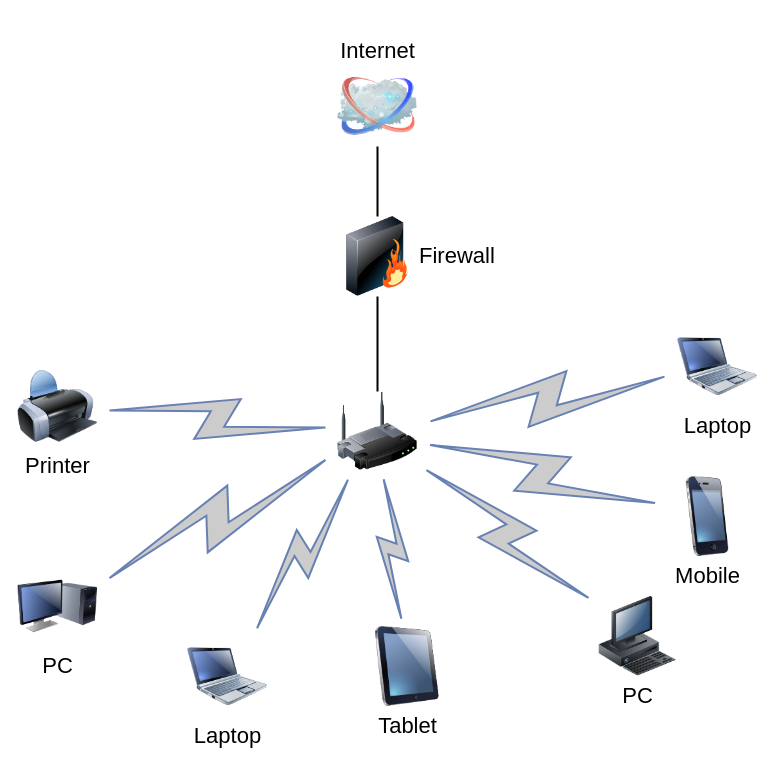
This is Untitled Diagram.drawio from 15Duke99/NetworkSecurity, a draw.io file, before an edit. Source tidied: cells renumbered, new cells numbered last; positions are measured from the earlier drawing's top-left corner, leaving out a move shared by most shapes. Both pictures are drawn from the tidied source at 100%, with x=0, y=0 at pixel (17, 66).
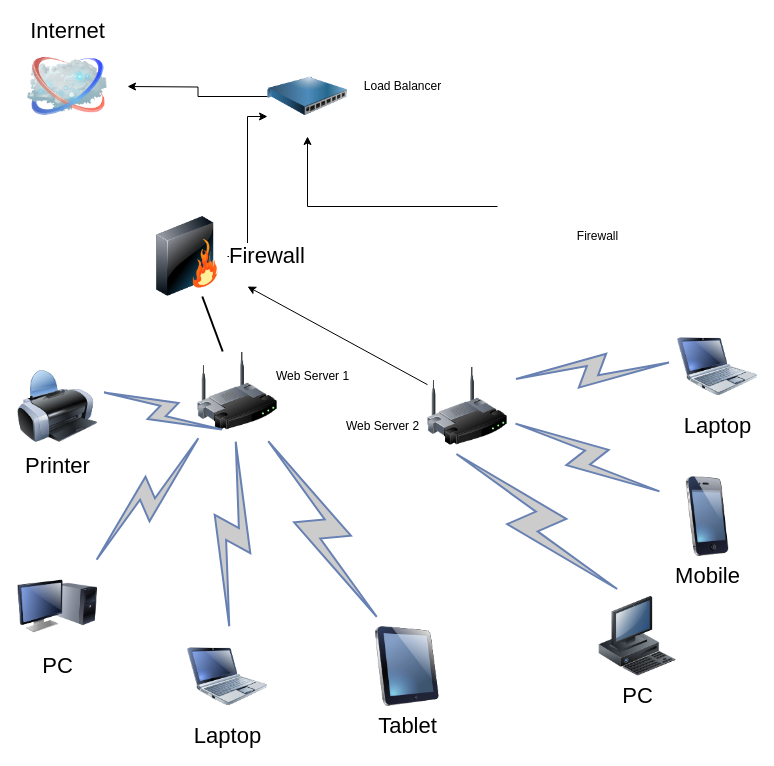
Above is the later version.

Unchanged cells that the change refers to:
```xml
<mxCell id="9" value="Printer" style="image;html=1;labelBackgroundColor=#ffffff;image=img/lib/clip_art/computers/Printer_128x128.png;rounded=1;shadow=0;comic=0;strokeWidth=2;fontSize=22;" parent="1" vertex="1">
  <mxGeometry y="300" width="80" height="80" as="geometry" />
</mxCell>
<mxCell id="10" value="PC" style="image;html=1;labelBackgroundColor=#ffffff;image=img/lib/clip_art/computers/Workstation_128x128.png;rounded=1;shadow=0;comic=0;strokeWidth=2;fontSize=22;" parent="1" vertex="1">
  <mxGeometry x="580" y="530" width="80" height="80" as="geometry" />
</mxCell>
<mxCell id="11" value="Mobile" style="image;html=1;labelBackgroundColor=#ffffff;image=img/lib/clip_art/telecommunication/iPhone_128x128.png;rounded=1;shadow=0;comic=0;strokeWidth=2;fontSize=22;" parent="1" vertex="1">
  <mxGeometry x="650" y="410" width="80" height="80" as="geometry" />
</mxCell>
<mxCell id="12" value="Laptop" style="image;html=1;labelBackgroundColor=#ffffff;image=img/lib/clip_art/computers/Netbook_128x128.png;rounded=1;shadow=0;comic=0;strokeColor=#000000;strokeWidth=2;fillColor=#FFFFFF;fontSize=22;fontColor=#000000;" parent="1" vertex="1">
  <mxGeometry x="660" y="260" width="80" height="80" as="geometry" />
</mxCell>
```

The edit, as a diff of the source:
```diff
@@
     <mxCell id="3" style="image;html=1;labelBackgroundColor=#ffffff;image=img/lib/clip_art/networking/Wireless_Router_128x128.png;rounded=1;shadow=0;comic=0;strokeWidth=2;fontSize=22;" parent="1" vertex="1">
-      <mxGeometry x="320" y="325" width="80" height="80" as="geometry" />
+      <mxGeometry x="180" y="285" width="80" height="80" as="geometry" />
     </mxCell>
     <mxCell id="4" value="Internet" style="image;html=1;labelBackgroundColor=#ffffff;image=img/lib/clip_art/networking/Cloud_128x128.png;rounded=1;shadow=0;comic=0;strokeWidth=2;fontSize=22;labelPosition=center;verticalLabelPosition=top;align=center;verticalAlign=bottom;" parent="1" vertex="1">
-      <mxGeometry x="320" width="80" height="80" as="geometry" />
+      <mxGeometry x="10" y="-20" width="80" height="80" as="geometry" />
     </mxCell>
-    <mxCell id="5" style="edgeStyle=none;rounded=0;html=1;labelBackgroundColor=none;endArrow=none;strokeWidth=2;fontFamily=Verdana;fontSize=22;" parent="1" edge="1" source="6" target="4">
-      <mxGeometry relative="1" as="geometry" />
-    </mxCell>
+    <mxCell id="21" style="edgeStyle=orthogonalEdgeStyle;rounded=0;jettySize=auto;html=1;entryX=0;entryY=0.75;entryDx=0;entryDy=0;" parent="1" edge="1" source="6" target="26">
+      <mxGeometry relative="1" as="geometry" />
+    </mxCell>
     <mxCell id="6" value="Firewall" style="image;html=1;labelBackgroundColor=#ffffff;image=img/lib/clip_art/networking/Firewall_128x128.png;rounded=1;shadow=0;comic=0;strokeWidth=2;fontSize=22;labelPosition=right;verticalLabelPosition=middle;align=left;verticalAlign=middle;" parent="1" vertex="1">
-      <mxGeometry x="320" y="150" width="80" height="80" as="geometry" />
+      <mxGeometry x="130" y="150" width="80" height="80" as="geometry" />
     </mxCell>
@@
     <mxCell id="14" style="html=1;fillColor=#CCCCCC;strokeColor=#6881B3;gradientColor=none;gradientDirection=north;strokeWidth=2;shape=mxgraph.networks.comm_link_edge;html=1;labelBackgroundColor=none;endArrow=none;fontFamily=Verdana;fontSize=22;fontColor=#000000;" parent="1" edge="1" source="9" target="3">
-      <mxGeometry relative="1" as="geometry" />
+      <mxGeometry relative="1" as="geometry">
+        <Array as="points">
+          <mxPoint x="190" y="280" />
+          <mxPoint x="210" y="370" />
+        </Array>
+      </mxGeometry>
     </mxCell>
@@
-    <mxCell id="18" style="html=1;fillColor=#CCCCCC;strokeColor=#6881B3;gradientColor=none;gradientDirection=north;strokeWidth=2;shape=mxgraph.networks.comm_link_edge;html=1;labelBackgroundColor=none;endArrow=none;fontFamily=Verdana;fontSize=22;fontColor=#000000;" parent="1" edge="1" source="10" target="3">
-      <mxGeometry relative="1" as="geometry" />
+    <mxCell id="18" style="html=1;fillColor=#CCCCCC;strokeColor=#6881B3;gradientColor=none;gradientDirection=north;strokeWidth=2;shape=mxgraph.networks.comm_link_edge;html=1;labelBackgroundColor=none;endArrow=none;fontFamily=Verdana;fontSize=22;fontColor=#000000;entryX=0.25;entryY=1;entryDx=0;entryDy=0;" parent="1" edge="1" source="10" target="23">
+      <mxGeometry relative="1" as="geometry">
+        <Array as="points">
+          <mxPoint x="520" y="220" />
+        </Array>
+      </mxGeometry>
     </mxCell>
-    <mxCell id="19" style="html=1;fillColor=#CCCCCC;strokeColor=#6881B3;gradientColor=none;gradientDirection=north;strokeWidth=2;shape=mxgraph.networks.comm_link_edge;html=1;labelBackgroundColor=none;endArrow=none;fontFamily=Verdana;fontSize=22;fontColor=#000000;" parent="1" edge="1" source="11" target="3">
-      <mxGeometry relative="1" as="geometry" />
+    <mxCell id="19" style="html=1;fillColor=#CCCCCC;strokeColor=#6881B3;gradientColor=none;gradientDirection=north;strokeWidth=2;shape=mxgraph.networks.comm_link_edge;html=1;labelBackgroundColor=none;endArrow=none;fontFamily=Verdana;fontSize=22;fontColor=#000000;" parent="1" edge="1" source="11" target="23">
+      <mxGeometry relative="1" as="geometry">
+        <Array as="points">
+          <mxPoint x="540" y="370" />
+        </Array>
+      </mxGeometry>
     </mxCell>
-    <mxCell id="20" style="html=1;fillColor=#CCCCCC;strokeColor=#6881B3;gradientColor=none;gradientDirection=north;strokeWidth=2;shape=mxgraph.networks.comm_link_edge;html=1;labelBackgroundColor=none;endArrow=none;fontFamily=Verdana;fontSize=22;fontColor=#000000;" parent="1" edge="1" source="12" target="3">
-      <mxGeometry relative="1" as="geometry" />
+    <mxCell id="20" style="html=1;fillColor=#CCCCCC;strokeColor=#6881B3;gradientColor=none;gradientDirection=north;strokeWidth=2;shape=mxgraph.networks.comm_link_edge;html=1;labelBackgroundColor=none;endArrow=none;fontFamily=Verdana;fontSize=22;fontColor=#000000;" parent="1" edge="1" source="12" target="23">
+      <mxGeometry relative="1" as="geometry">
+        <Array as="points">
+          <mxPoint x="540" y="280" />
+        </Array>
+      </mxGeometry>
     </mxCell>
+    <mxCell id="22" style="edgeStyle=none;rounded=0;jettySize=auto;html=1;" parent="1" edge="1" source="23">
+      <mxGeometry relative="1" as="geometry">
+        <mxPoint x="230" y="220" as="targetPoint" />
+      </mxGeometry>
+    </mxCell>
+    <mxCell id="23" style="image;html=1;image=img/lib/clip_art/networking/Wireless_Router_128x128.png;" parent="1" vertex="1">
+      <mxGeometry x="410" y="300" width="80" height="80" as="geometry" />
+    </mxCell>
+    <mxCell id="24" style="edgeStyle=orthogonalEdgeStyle;rounded=0;jettySize=auto;html=1;" parent="1" edge="1" target="26">
+      <mxGeometry relative="1" as="geometry">
+        <mxPoint x="480" y="140" as="sourcePoint" />
+        <Array as="points">
+          <mxPoint x="290" y="140" />
+        </Array>
+      </mxGeometry>
+    </mxCell>
+    <mxCell id="25" style="edgeStyle=orthogonalEdgeStyle;rounded=0;jettySize=auto;html=1;" parent="1" edge="1" source="26">
+      <mxGeometry relative="1" as="geometry">
+        <mxPoint x="110" y="20" as="targetPoint" />
+      </mxGeometry>
+    </mxCell>
+    <mxCell id="26" style="image;html=1;image=img/lib/clip_art/networking/power_distribution_unit_128x128.png;" parent="1" vertex="1">
+      <mxGeometry x="250" y="-10" width="80" height="80" as="geometry" />
+    </mxCell>
+    <mxCell id="27" value="Load Balancer" style="text;html=1;align=center;verticalAlign=middle;fillColor=none;strokeColor=none;rounded=0;" parent="1" vertex="1">
+      <mxGeometry x="340" y="10" width="90" height="20" as="geometry" />
+    </mxCell>
+    <mxCell id="28" value="Firewall" style="text;html=1;align=center;verticalAlign=middle;fillColor=none;strokeColor=none;rounded=0;" parent="1" vertex="1">
+      <mxGeometry x="550" y="160" width="60" height="20" as="geometry" />
+    </mxCell>
+    <mxCell id="29" value="Web Server 1" style="text;html=1;align=center;verticalAlign=middle;fillColor=none;strokeColor=none;rounded=0;" parent="1" vertex="1">
+      <mxGeometry x="250" y="300" width="90" height="20" as="geometry" />
+    </mxCell>
+    <mxCell id="30" value="Web Server 2" style="text;html=1;align=center;verticalAlign=middle;fillColor=none;strokeColor=none;rounded=0;" parent="1" vertex="1">
+      <mxGeometry x="320" y="350" width="90" height="20" as="geometry" />
+    </mxCell>
```
